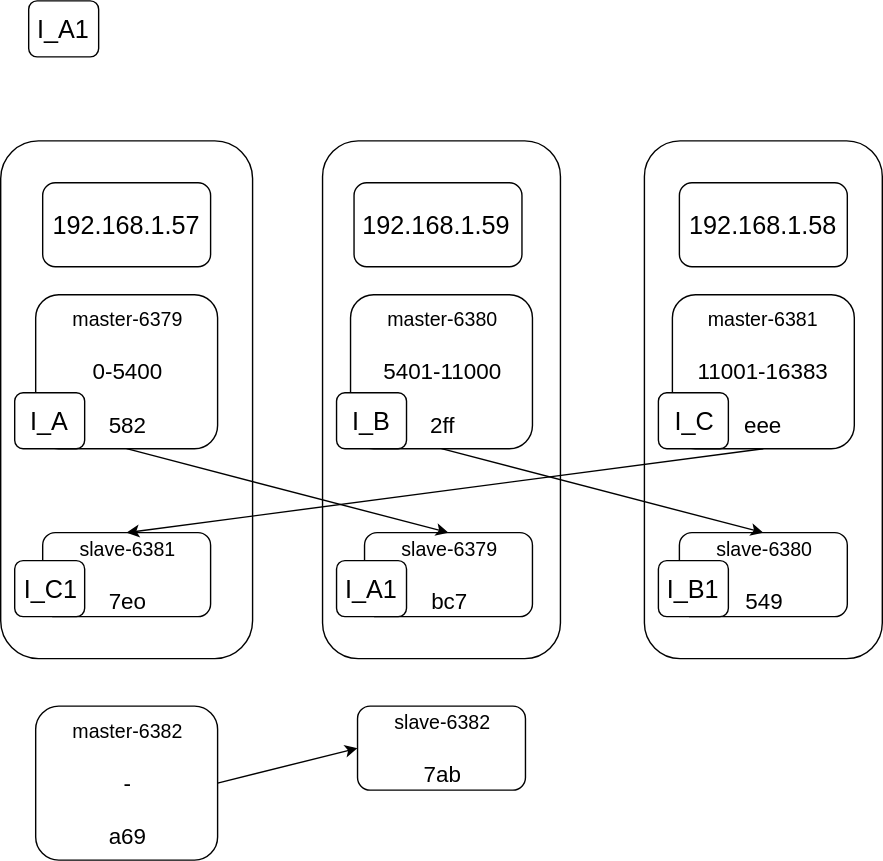
Earlier version of the draw.io export Redis/redis_cluster.svg (lanzhiwang/awesome-huzhi). Source tidied: cells renumbered, new cells last; positions are measured from the earlier drawing's top-left corner, leaving out a move shared by most shapes.
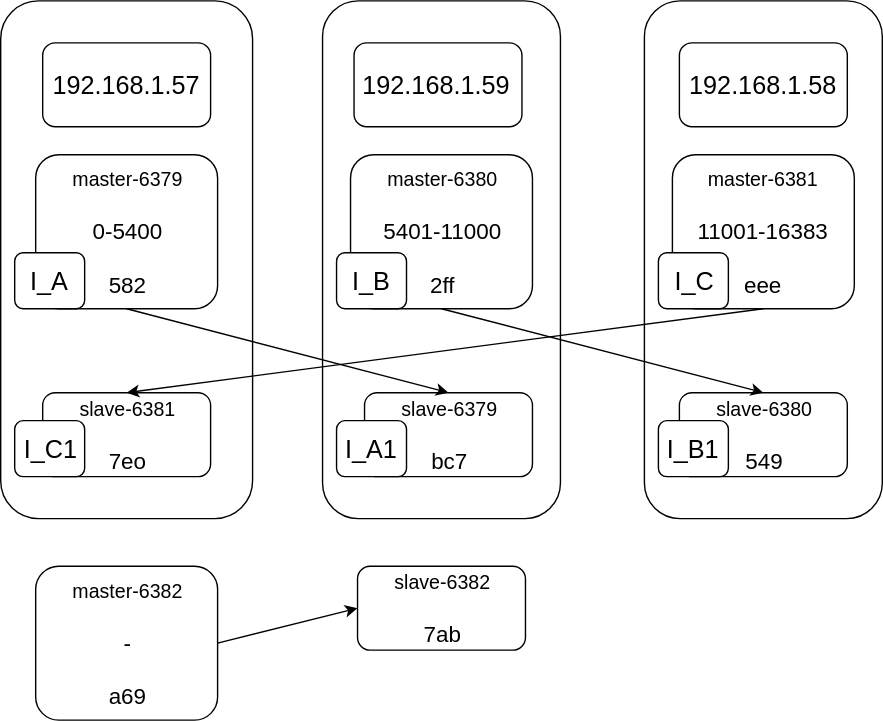
Later version of the same file.

Diff of the diagram source:
```diff
@@ -65,9 +65,6 @@
     <mxCell id="22" value="&lt;font style=&quot;font-size: 18px&quot;&gt;I_C1&lt;/font&gt;" style="rounded=1;whiteSpace=wrap;html=1;" parent="1" vertex="1">
       <mxGeometry x="10" y="400" width="50" height="40" as="geometry" />
     </mxCell>
-    <mxCell id="23" value="&lt;font style=&quot;font-size: 18px&quot;&gt;I_A1&lt;/font&gt;" style="rounded=1;whiteSpace=wrap;html=1;" parent="1" vertex="1">
-      <mxGeometry x="20" width="50" height="40" as="geometry" />
-    </mxCell>
     <mxCell id="24" value="&lt;div&gt;&lt;font style=&quot;font-size: 14px&quot;&gt;master-6382&lt;/font&gt;&lt;/div&gt;&lt;div&gt;&lt;font size=&quot;3&quot;&gt;&lt;br&gt;&lt;/font&gt;&lt;/div&gt;&lt;div&gt;&lt;font size=&quot;3&quot;&gt;-&lt;/font&gt;&lt;/div&gt;&lt;div&gt;&lt;font size=&quot;3&quot;&gt;&lt;br&gt;&lt;/font&gt;&lt;/div&gt;&lt;div&gt;&lt;font size=&quot;3&quot;&gt;a69&lt;/font&gt;&lt;/div&gt;" style="rounded=1;whiteSpace=wrap;html=1;" parent="1" vertex="1">
       <mxGeometry x="25" y="504" width="130" height="110" as="geometry" />
     </mxCell>
```
